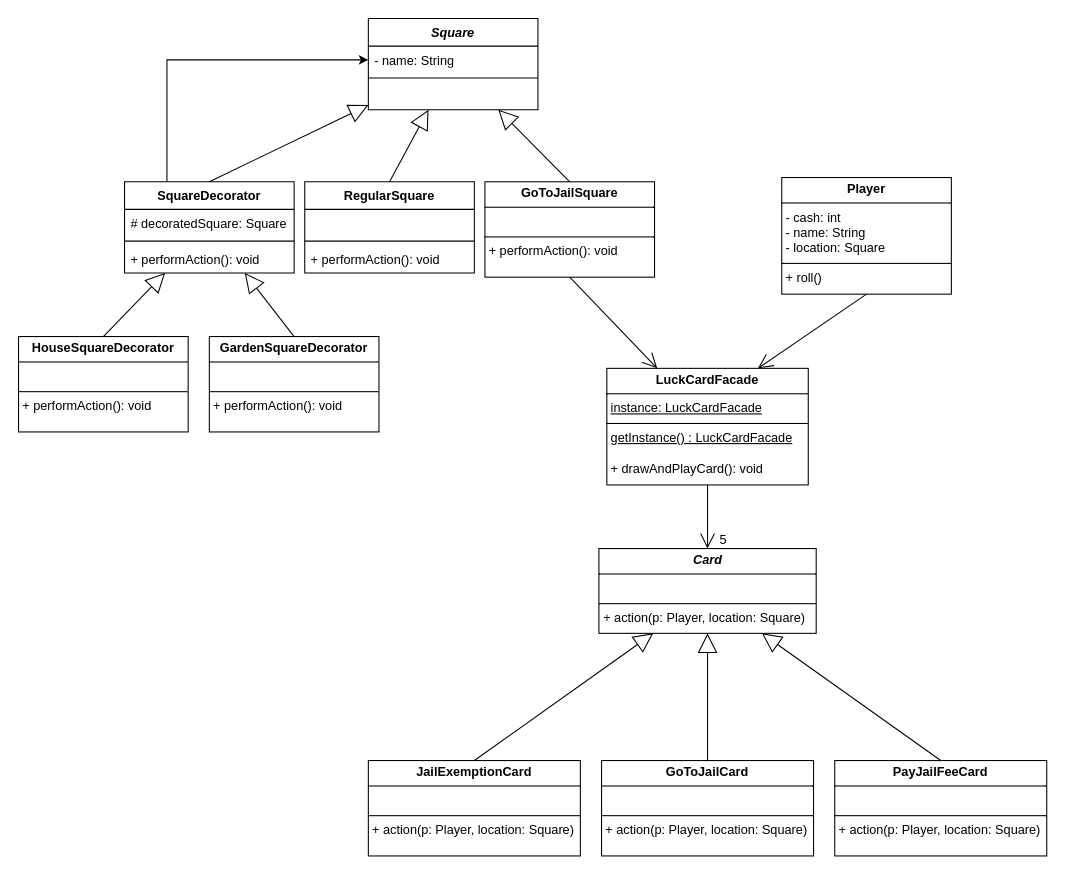
antonykimuom/SWEN30006-2025-SM1-workshop1-tuew05-14-00-team-12 keeps this draw.io diagram as workshop7-week8.drawio. Above is the earlier version. Source tidied: cells renumbered, new cells numbered last; positions are measured from the earlier drawing's top-left corner, leaving out a move shared by most shapes. Both pictures are drawn from the tidied source at 106%, with x=0, y=0 at pixel (18, 18).
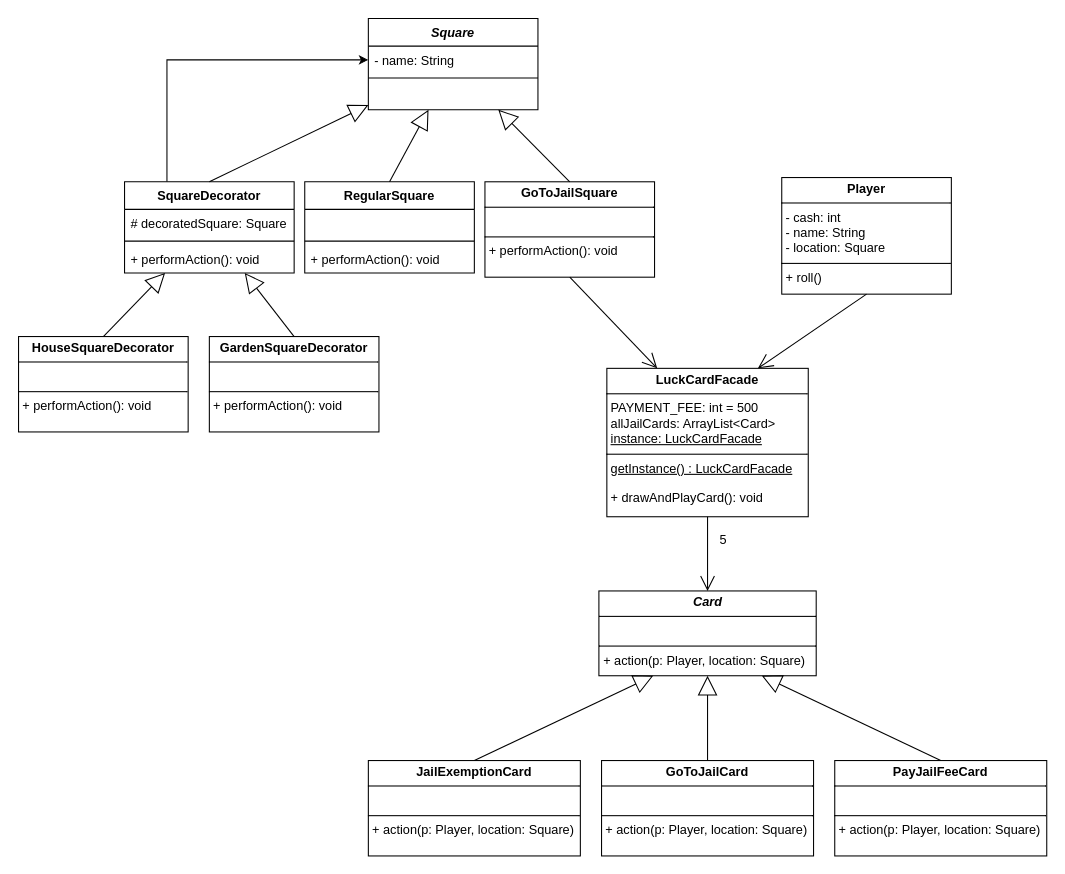
Above is the later version.

Commit message:
apparently I have unsaved changes

What changed in the source:
```diff
@@
-    <mxCell id="2" value="&lt;p style=&quot;margin:0px;margin-top:4px;text-align:center;&quot;&gt;&lt;b&gt;LuckCardFacade&lt;/b&gt;&lt;/p&gt;&lt;hr size=&quot;1&quot; style=&quot;border-style:solid;&quot;&gt;&lt;p style=&quot;margin:0px;margin-left:4px;&quot;&gt;&lt;u&gt;instance: LuckCardFacade&lt;/u&gt;&lt;/p&gt;&lt;hr size=&quot;1&quot; style=&quot;border-style:solid;&quot;&gt;&lt;p style=&quot;margin:0px;margin-left:4px;&quot;&gt;&lt;u&gt;getInstance() : LuckCardFacade&lt;/u&gt;&lt;/p&gt;&lt;p style=&quot;margin:0px;margin-left:4px;&quot;&gt;&lt;br&gt;&lt;/p&gt;&lt;p style=&quot;margin:0px;margin-left:4px;&quot;&gt;+ drawAndPlayCard(): void&lt;/p&gt;" style="verticalAlign=top;align=left;overflow=fill;html=1;whiteSpace=wrap;" parent="1" vertex="1">
-      <mxGeometry x="555" y="330" width="190" height="110" as="geometry" />
+    <mxCell id="2" value="&lt;p style=&quot;margin:0px;margin-top:4px;text-align:center;&quot;&gt;&lt;b&gt;LuckCardFacade&lt;/b&gt;&lt;/p&gt;&lt;hr size=&quot;1&quot; style=&quot;border-style:solid;&quot;&gt;&lt;p style=&quot;margin:0px;margin-left:4px;&quot;&gt;PAYMENT_FEE: int = 500&lt;/p&gt;&lt;p style=&quot;margin:0px;margin-left:4px;&quot;&gt;allJailCards: ArrayList&amp;lt;Card&amp;gt;&lt;/p&gt;&lt;p style=&quot;margin:0px;margin-left:4px;&quot;&gt;&lt;u&gt;instance: LuckCardFacade&lt;/u&gt;&lt;/p&gt;&lt;hr size=&quot;1&quot; style=&quot;border-style:solid;&quot;&gt;&lt;p style=&quot;margin:0px;margin-left:4px;&quot;&gt;&lt;u&gt;getInstance() : LuckCardFacade&lt;/u&gt;&lt;/p&gt;&lt;p style=&quot;margin:0px;margin-left:4px;&quot;&gt;&lt;br&gt;&lt;/p&gt;&lt;p style=&quot;margin:0px;margin-left:4px;&quot;&gt;+ drawAndPlayCard(): void&lt;/p&gt;" style="verticalAlign=top;align=left;overflow=fill;html=1;whiteSpace=wrap;" parent="1" vertex="1">
+      <mxGeometry x="555" y="330" width="190" height="140" as="geometry" />
     </mxCell>
@@
     <mxCell id="6" value="&lt;p style=&quot;margin:0px;margin-top:4px;text-align:center;&quot;&gt;&lt;b&gt;&lt;i&gt;Card&lt;/i&gt;&lt;/b&gt;&lt;/p&gt;&lt;hr size=&quot;1&quot; style=&quot;border-style:solid;&quot;&gt;&lt;p style=&quot;margin:0px;margin-left:4px;&quot;&gt;&lt;br&gt;&lt;/p&gt;&lt;hr size=&quot;1&quot; style=&quot;border-style:solid;&quot;&gt;&lt;p style=&quot;margin:0px;margin-left:4px;&quot;&gt;+ action(p: Player, location: Square)&lt;/p&gt;" style="verticalAlign=top;align=left;overflow=fill;html=1;whiteSpace=wrap;" parent="1" vertex="1">
-      <mxGeometry x="547.5" y="500" width="205" height="80" as="geometry" />
+      <mxGeometry x="547.5" y="540" width="205" height="80" as="geometry" />
     </mxCell>
```
